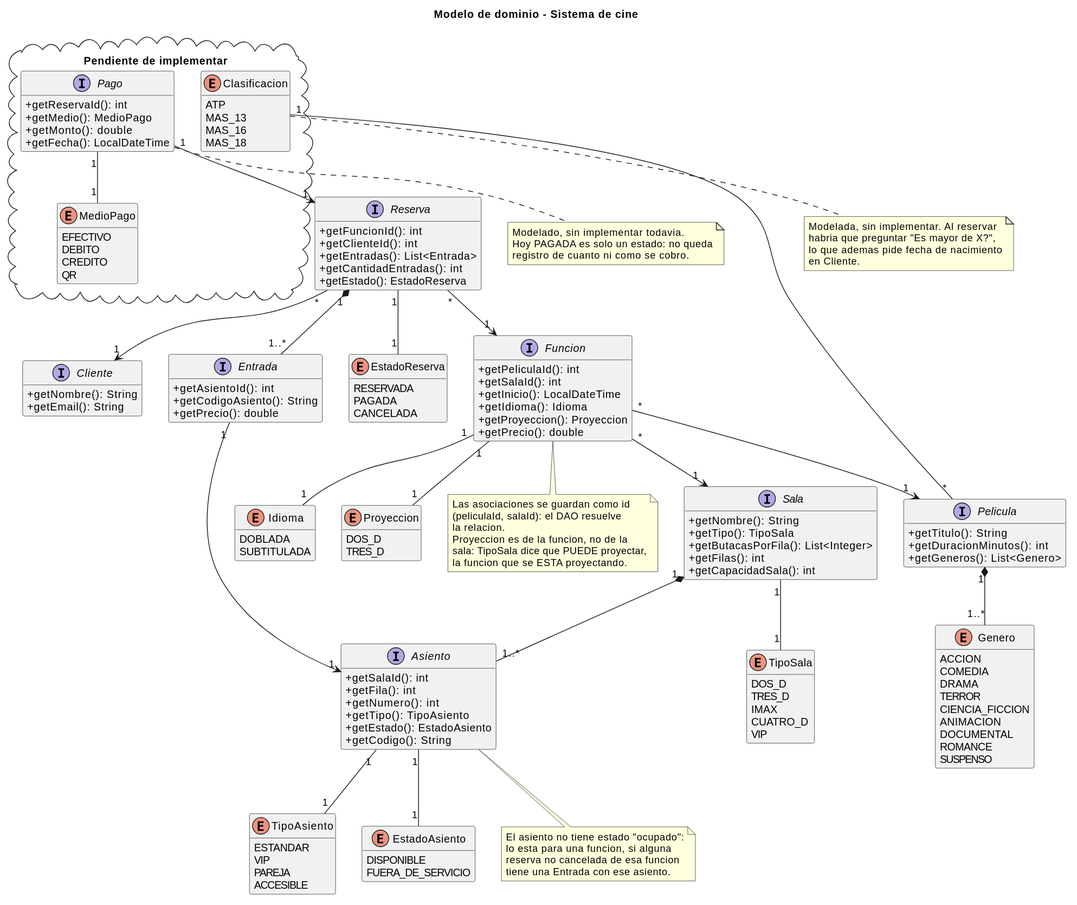
Earlier version of the PlantUML export cine-backend/docs/diagramas/clases-dominio.svg (andreiveisuade/cine-uade). Its diagram source:
```plantuml
@startuml
title Modelo de dominio - Sistema de cine

skinparam classAttributeIconSize 0
hide empty members

interface Pelicula {
  +getTitulo(): String
  +getDuracionMinutos(): int
  +getGeneros(): List<Genero>
}

interface Sala {
  +getNombre(): String
  +getTipo(): TipoSala
  +getButacasPorFila(): List<Integer>
  +getFilas(): int
  +getCapacidadSala(): int
}

interface Asiento {
  +getSalaId(): int
  +getFila(): int
  +getNumero(): int
  +getTipo(): TipoAsiento
  +getEstado(): EstadoAsiento
  +getCodigo(): String
}

interface Funcion {
  +getPeliculaId(): int
  +getSalaId(): int
  +getInicio(): LocalDateTime
  +getIdioma(): Idioma
  +getProyeccion(): Proyeccion
  +getPrecio(): double
}

interface Cliente {
  +getNombre(): String
  +getEmail(): String
}

interface Reserva {
  +getFuncionId(): int
  +getClienteId(): int
  +getEntradas(): List<Entrada>
  +getCantidadEntradas(): int
  +getEstado(): EstadoReserva
}

interface Entrada {
  +getAsientoId(): int
  +getCodigoAsiento(): String
  +getPrecio(): double
}

enum Genero {
  ACCION
  COMEDIA
  DRAMA
  TERROR
  CIENCIA_FICCION
  ANIMACION
  DOCUMENTAL
  ROMANCE
  SUSPENSO
}

enum TipoSala {
  DOS_D
  TRES_D
  IMAX
  CUATRO_D
  VIP
}

enum TipoAsiento {
  ESTANDAR
  VIP
  PAREJA
  ACCESIBLE
}

enum EstadoAsiento {
  DISPONIBLE
  FUERA_DE_SERVICIO
}

enum Idioma {
  DOBLADA
  SUBTITULADA
}

enum Proyeccion {
  DOS_D
  TRES_D
}

enum EstadoReserva {
  RESERVADA
  PAGADA
  CANCELADA
}

Pelicula "1" *-- "1..*" Genero
Sala "1" -- "1" TipoSala
Asiento "1" -- "1" TipoAsiento
Asiento "1" -- "1" EstadoAsiento
Reserva "1" -- "1" EstadoReserva
Funcion "1" -- "1" Idioma
Funcion "1" -- "1" Proyeccion

Sala "1" *-- "1..*" Asiento
Reserva "1" *-- "1..*" Entrada
Entrada "1" --> "1" Asiento

Funcion "*" --> "1" Pelicula
Funcion "*" --> "1" Sala
Reserva "*" --> "1" Funcion
Reserva "*" --> "1" Cliente

note bottom of Asiento
  El asiento no tiene estado "ocupado":
  lo esta para una funcion, si alguna
  reserva no cancelada de esa funcion
  tiene una Entrada con ese asiento.
end note

note bottom of Funcion
  Las asociaciones se guardan como id
  (peliculaId, salaId): el DAO resuelve
  la relacion.
  Proyeccion es de la funcion, no de la
  sala: TipoSala dice que PUEDE proyectar,
  la funcion que se ESTA proyectando.
end note

package "Pendiente de implementar" <<Cloud>> {
  interface Pago {
    +getReservaId(): int
    +getMedio(): MedioPago
    +getMonto(): double
    +getFecha(): LocalDateTime
  }

  enum MedioPago {
    EFECTIVO
    DEBITO
    CREDITO
    QR
  }

  enum Clasificacion {
    ATP
    MAS_13
    MAS_16
    MAS_18
  }
}

Pago "1" --> "1" Reserva
Pago "1" -- "1" MedioPago
Clasificacion "1" -- "*" Pelicula

note bottom of Pago
  Modelado, sin implementar todavia.
  Hoy PAGADA es solo un estado: no queda
  registro de cuanto ni como se cobro.
end note

note bottom of Clasificacion
  Modelada, sin implementar. Al reservar
  habria que preguntar "Es mayor de X?",
  lo que ademas pide fecha de nacimiento
  en Cliente.
end note
@enduml
```
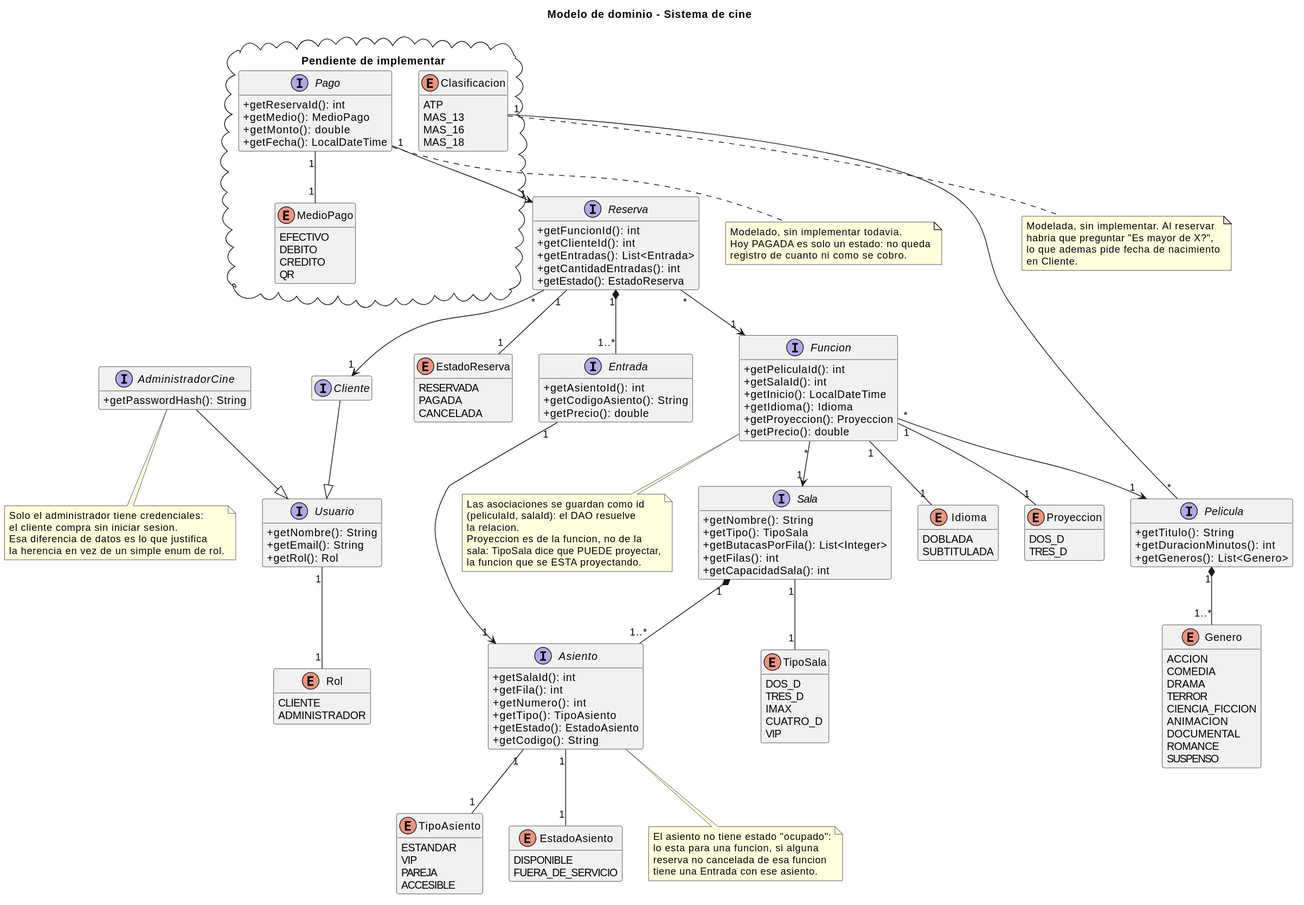
After the change.

The edit, as a diff of the source:
```diff
@@ -36,10 +36,27 @@
   +getPrecio(): double
 }
 
-interface Cliente {
+interface Usuario {
   +getNombre(): String
   +getEmail(): String
+  +getRol(): Rol
 }
+
+interface Cliente {
+}
+
+interface AdministradorCine {
+  +getPasswordHash(): String
+}
+
+enum Rol {
+  CLIENTE
+  ADMINISTRADOR
+}
+
+Cliente --|> Usuario
+AdministradorCine --|> Usuario
+Usuario "1" -- "1" Rol
 
 interface Reserva {
   +getFuncionId(): int
@@ -120,6 +137,13 @@
 Reserva "*" --> "1" Funcion
 Reserva "*" --> "1" Cliente
 
+note bottom of AdministradorCine
+  Solo el administrador tiene credenciales:
+  el cliente compra sin iniciar sesion.
+  Esa diferencia de datos es lo que justifica
+  la herencia en vez de un simple enum de rol.
+end note
+
 note bottom of Asiento
   El asiento no tiene estado "ocupado":
   lo esta para una funcion, si alguna
```
